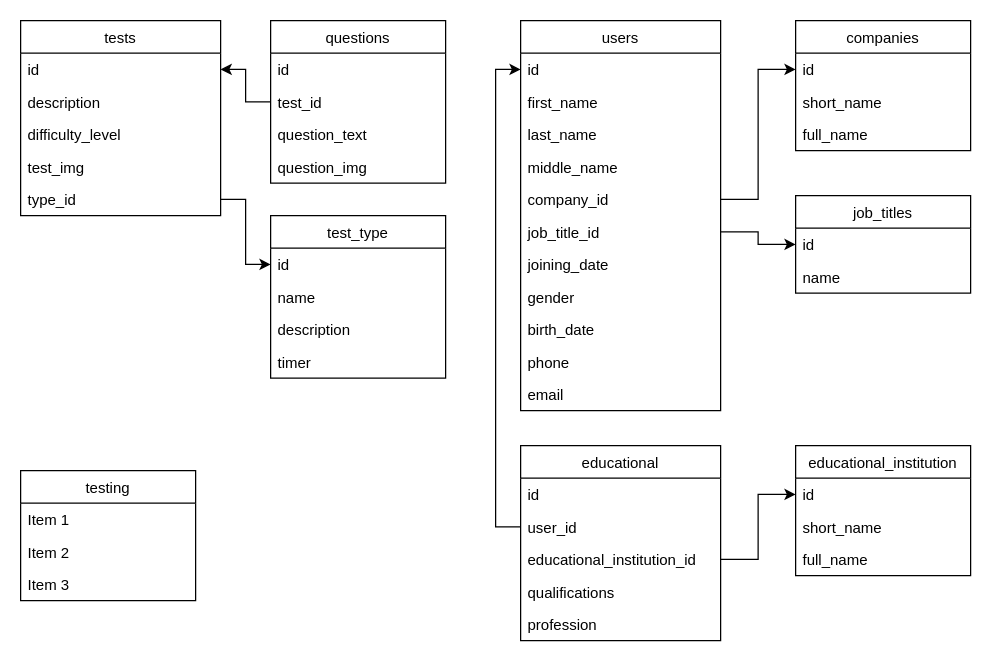
Tur-4000/tests keeps this draw.io diagram as doc/model.drawio. Above is the earlier version. Source tidied: cells renumbered, new cells numbered last; positions are measured from the earlier drawing's top-left corner, leaving out a move shared by most shapes. Both pictures are drawn from the tidied source at 125%, with x=0, y=0 at pixel (20, 20).
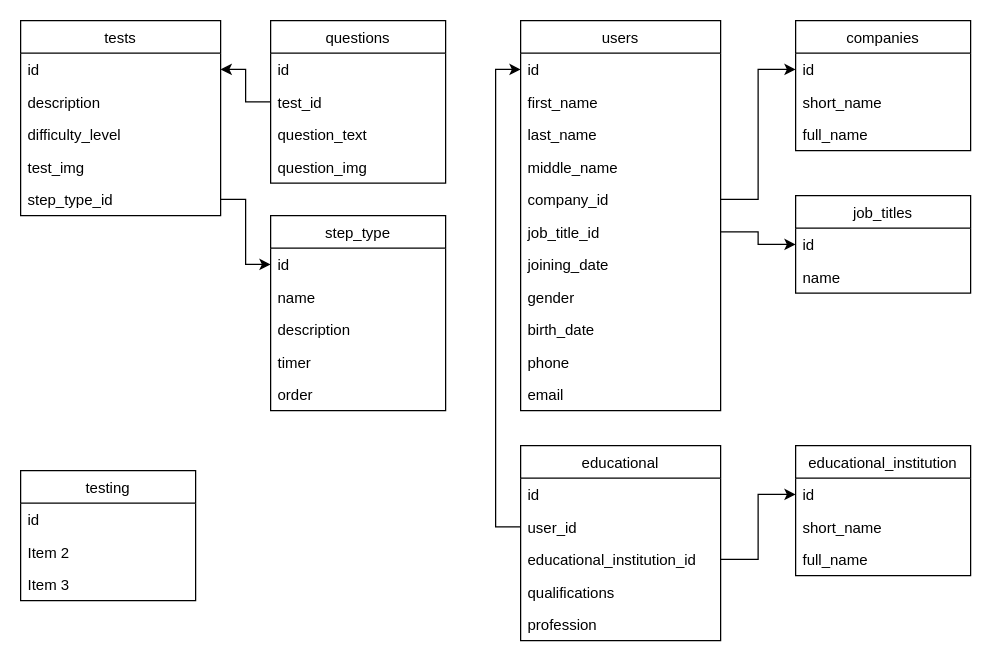
The same diagram, later.

The change refers to these unchanged cells:
```xml
<mxCell id="2" value="tests" style="swimlane;fontStyle=0;horizontal=1;startSize=26;" parent="1" vertex="1">
  <mxGeometry width="160" height="156" as="geometry" />
</mxCell>
<mxCell id="20" value="testing" style="swimlane;fontStyle=0;horizontal=1;startSize=26;" parent="1" vertex="1">
  <mxGeometry y="360" width="140" height="104" as="geometry" />
</mxCell>
```

Diff of the diagram source:
```diff
@@
-    <mxCell id="7" value="type_id" style="text;strokeColor=none;fillColor=none;align=left;verticalAlign=top;spacingLeft=4;spacingRight=4;overflow=hidden;points=[[0,0.5],[1,0.5]];portConstraint=eastwest;" parent="2" vertex="1">
+    <mxCell id="7" value="step_type_id" style="text;strokeColor=none;fillColor=none;align=left;verticalAlign=top;spacingLeft=4;spacingRight=4;overflow=hidden;points=[[0,0.5],[1,0.5]];portConstraint=eastwest;" parent="2" vertex="1">
       <mxGeometry y="130" width="160" height="26" as="geometry" />
     </mxCell>
@@
-    <mxCell id="14" value="test_type" style="swimlane;fontStyle=0;horizontal=1;startSize=26;" parent="1" vertex="1">
-      <mxGeometry x="200" y="156" width="140" height="130" as="geometry" />
+    <mxCell id="14" value="step_type" style="swimlane;fontStyle=0;horizontal=1;startSize=26;" parent="1" vertex="1">
+      <mxGeometry x="200" y="156" width="140" height="156" as="geometry" />
     </mxCell>
@@
+    <mxCell id="57" value="order" style="text;strokeColor=none;fillColor=none;align=left;verticalAlign=top;spacingLeft=4;spacingRight=4;overflow=hidden;" parent="14" vertex="1">
+      <mxGeometry y="130" width="140" height="26" as="geometry" />
+    </mxCell>
@@
-    <mxCell id="21" value="Item 1" style="text;strokeColor=none;fillColor=none;align=left;verticalAlign=top;spacingLeft=4;spacingRight=4;overflow=hidden;" parent="20" vertex="1">
+    <mxCell id="21" value="id" style="text;strokeColor=none;fillColor=none;align=left;verticalAlign=top;spacingLeft=4;spacingRight=4;overflow=hidden;" parent="20" vertex="1">
       <mxGeometry y="26" width="140" height="26" as="geometry" />
     </mxCell>
```
